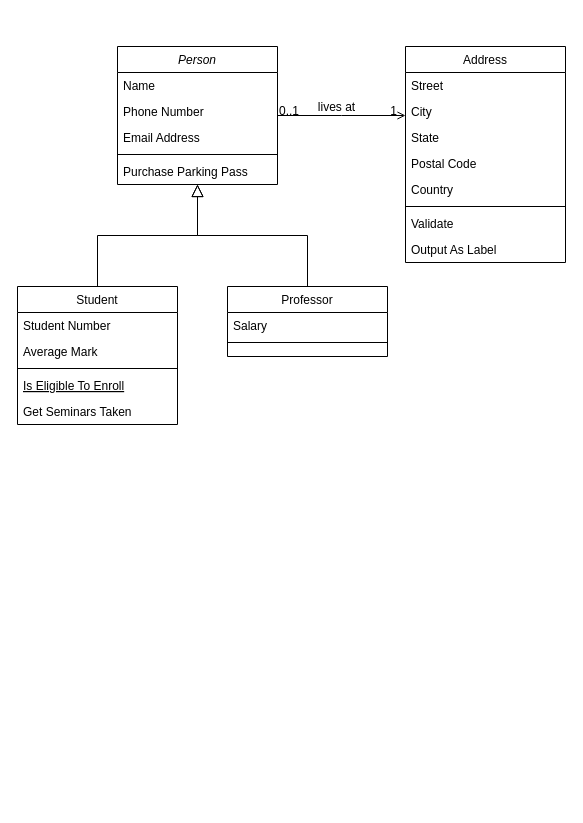
The draw.io diagram Class-Diagram-PerpusDigital.drawio in Wijdannn/Tefa, before the edit. Source tidied: cells renumbered, new cells numbered last; positions are measured from the earlier drawing's top-left corner, leaving out a move shared by most shapes. Both pictures are drawn from the tidied source at 100%, with x=0, y=0 at pixel (17, 46).
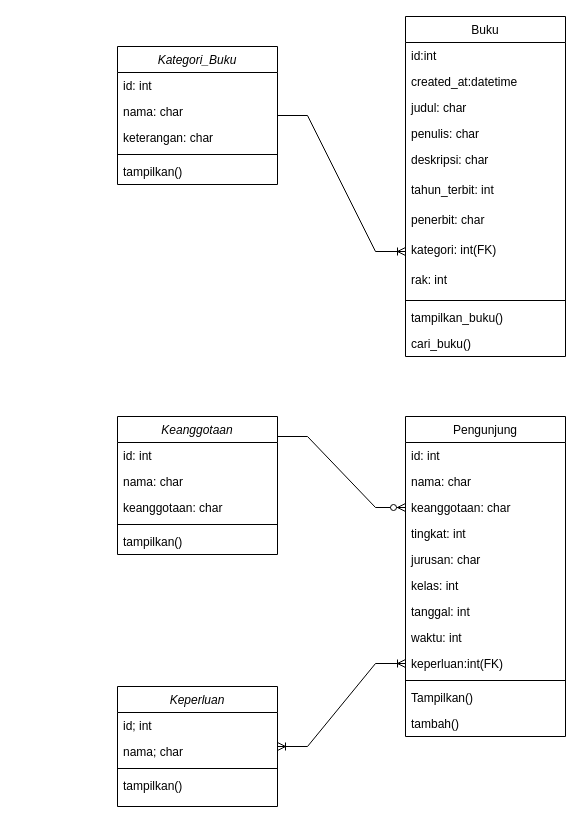
The same diagram, later.

Diff of the diagram source:
```diff
@@
-    <mxCell id="2" value="Person" style="swimlane;fontStyle=2;align=center;verticalAlign=top;horizontal=1;startSize=26;rounded=0;shadow=0;strokeWidth=1;" parent="1" vertex="1">
+    <mxCell id="2" value="Kategori_Buku" style="swimlane;fontStyle=2;align=center;verticalAlign=top;horizontal=1;startSize=26;rounded=0;shadow=0;strokeWidth=1;" parent="1" vertex="1">
       <mxGeometry x="100" width="160" height="138" as="geometry" />
     </mxCell>
-    <mxCell id="3" value="Name" style="text;align=left;verticalAlign=top;spacingLeft=4;spacingRight=4;overflow=hidden;" parent="2" vertex="1">
+    <mxCell id="3" value="id: int" style="text;align=left;verticalAlign=top;spacingLeft=4;spacingRight=4;overflow=hidden;" parent="2" vertex="1">
       <mxGeometry y="26" width="160" height="26" as="geometry" />
     </mxCell>
-    <mxCell id="4" value="Phone Number" style="text;align=left;verticalAlign=top;spacingLeft=4;spacingRight=4;overflow=hidden;rounded=0;shadow=0;html=0;" parent="2" vertex="1">
+    <mxCell id="4" value="nama: char" style="text;align=left;verticalAlign=top;spacingLeft=4;spacingRight=4;overflow=hidden;rounded=0;shadow=0;html=0;" parent="2" vertex="1">
       <mxGeometry y="52" width="160" height="26" as="geometry" />
     </mxCell>
-    <mxCell id="5" value="Email Address" style="text;align=left;verticalAlign=top;spacingLeft=4;spacingRight=4;overflow=hidden;rounded=0;shadow=0;html=0;" parent="2" vertex="1">
+    <mxCell id="5" value="keterangan: char" style="text;align=left;verticalAlign=top;spacingLeft=4;spacingRight=4;overflow=hidden;rounded=0;shadow=0;html=0;" parent="2" vertex="1">
       <mxGeometry y="78" width="160" height="26" as="geometry" />
     </mxCell>
@@
-    <mxCell id="7" value="Purchase Parking Pass" style="text;align=left;verticalAlign=top;spacingLeft=4;spacingRight=4;overflow=hidden;" parent="2" vertex="1">
+    <mxCell id="7" value="tampilkan()" style="text;align=left;verticalAlign=top;spacingLeft=4;spacingRight=4;overflow=hidden;" parent="2" vertex="1">
       <mxGeometry y="112" width="160" height="26" as="geometry" />
     </mxCell>
-    <mxCell id="8" value="Student" style="swimlane;fontStyle=0;align=center;verticalAlign=top;horizontal=1;startSize=26;rounded=0;shadow=0;strokeWidth=1;" parent="1" vertex="1">
-      <mxGeometry y="240" width="160" height="138" as="geometry" />
-    </mxCell>
-    <mxCell id="9" value="Student Number" style="text;align=left;verticalAlign=top;spacingLeft=4;spacingRight=4;overflow=hidden;" parent="8" vertex="1">
-      <mxGeometry y="26" width="160" height="26" as="geometry" />
-    </mxCell>
-    <mxCell id="10" value="Average Mark" style="text;align=left;verticalAlign=top;spacingLeft=4;spacingRight=4;overflow=hidden;rounded=0;shadow=0;html=0;" parent="8" vertex="1">
-      <mxGeometry y="52" width="160" height="26" as="geometry" />
-    </mxCell>
-    <mxCell id="11" style="line;html=1;strokeWidth=1;align=left;verticalAlign=middle;spacingTop=-1;spacingLeft=3;spacingRight=3;labelPosition=right;" parent="8" vertex="1">
-      <mxGeometry y="78" width="160" height="8" as="geometry" />
-    </mxCell>
-    <mxCell id="12" value="Is Eligible To Enroll" style="text;align=left;verticalAlign=top;spacingLeft=4;spacingRight=4;overflow=hidden;fontStyle=4;" parent="8" vertex="1">
-      <mxGeometry y="86" width="160" height="26" as="geometry" />
-    </mxCell>
-    <mxCell id="13" value="Get Seminars Taken" style="text;align=left;verticalAlign=top;spacingLeft=4;spacingRight=4;overflow=hidden;" parent="8" vertex="1">
-      <mxGeometry y="112" width="160" height="26" as="geometry" />
-    </mxCell>
-    <mxCell id="14" style="endArrow=block;endSize=10;endFill=0;shadow=0;strokeWidth=1;rounded=0;edgeStyle=elbowEdgeStyle;elbow=vertical;" parent="1" edge="1" source="8" target="2">
-      <mxGeometry relative="1" as="geometry" />
-    </mxCell>
-    <mxCell id="15" value="Professor" style="swimlane;fontStyle=0;align=center;verticalAlign=top;horizontal=1;startSize=26;rounded=0;shadow=0;strokeWidth=1;" parent="1" vertex="1">
-      <mxGeometry x="210" y="240" width="160" height="70" as="geometry" />
-    </mxCell>
-    <mxCell id="16" value="Salary" style="text;align=left;verticalAlign=top;spacingLeft=4;spacingRight=4;overflow=hidden;" parent="15" vertex="1">
-      <mxGeometry y="26" width="160" height="26" as="geometry" />
-    </mxCell>
-    <mxCell id="17" style="line;html=1;strokeWidth=1;align=left;verticalAlign=middle;spacingTop=-1;spacingLeft=3;spacingRight=3;labelPosition=right;" parent="15" vertex="1">
-      <mxGeometry y="52" width="160" height="8" as="geometry" />
-    </mxCell>
-    <mxCell id="18" style="endArrow=block;endSize=10;endFill=0;shadow=0;strokeWidth=1;rounded=0;edgeStyle=elbowEdgeStyle;elbow=vertical;" parent="1" edge="1" source="15" target="2">
-      <mxGeometry relative="1" as="geometry" />
-    </mxCell>
-    <mxCell id="19" value="Address" style="swimlane;fontStyle=0;align=center;verticalAlign=top;horizontal=1;startSize=26;rounded=0;shadow=0;strokeWidth=1;" parent="1" vertex="1">
-      <mxGeometry x="388" width="160" height="216" as="geometry" />
+    <mxCell id="19" value="Buku" style="swimlane;fontStyle=0;align=center;verticalAlign=top;horizontal=1;startSize=26;rounded=0;shadow=0;strokeWidth=1;" parent="1" vertex="1">
+      <mxGeometry x="388" y="-30" width="160" height="340" as="geometry" />
     </mxCell>
-    <mxCell id="20" value="Street" style="text;align=left;verticalAlign=top;spacingLeft=4;spacingRight=4;overflow=hidden;" parent="19" vertex="1">
+    <mxCell id="20" value="id:int" style="text;align=left;verticalAlign=top;spacingLeft=4;spacingRight=4;overflow=hidden;" parent="19" vertex="1">
       <mxGeometry y="26" width="160" height="26" as="geometry" />
     </mxCell>
-    <mxCell id="21" value="City" style="text;align=left;verticalAlign=top;spacingLeft=4;spacingRight=4;overflow=hidden;rounded=0;shadow=0;html=0;" parent="19" vertex="1">
+    <mxCell id="21" value="created_at:datetime" style="text;align=left;verticalAlign=top;spacingLeft=4;spacingRight=4;overflow=hidden;rounded=0;shadow=0;html=0;" parent="19" vertex="1">
       <mxGeometry y="52" width="160" height="26" as="geometry" />
     </mxCell>
-    <mxCell id="22" value="State" style="text;align=left;verticalAlign=top;spacingLeft=4;spacingRight=4;overflow=hidden;rounded=0;shadow=0;html=0;" parent="19" vertex="1">
+    <mxCell id="22" value="judul: char" style="text;align=left;verticalAlign=top;spacingLeft=4;spacingRight=4;overflow=hidden;rounded=0;shadow=0;html=0;" parent="19" vertex="1">
       <mxGeometry y="78" width="160" height="26" as="geometry" />
     </mxCell>
-    <mxCell id="23" value="Postal Code" style="text;align=left;verticalAlign=top;spacingLeft=4;spacingRight=4;overflow=hidden;rounded=0;shadow=0;html=0;" parent="19" vertex="1">
+    <mxCell id="23" value="penulis: char" style="text;align=left;verticalAlign=top;spacingLeft=4;spacingRight=4;overflow=hidden;rounded=0;shadow=0;html=0;" parent="19" vertex="1">
       <mxGeometry y="104" width="160" height="26" as="geometry" />
     </mxCell>
-    <mxCell id="24" value="Country" style="text;align=left;verticalAlign=top;spacingLeft=4;spacingRight=4;overflow=hidden;rounded=0;shadow=0;html=0;" parent="19" vertex="1">
-      <mxGeometry y="130" width="160" height="26" as="geometry" />
+    <mxCell id="24" value="deskripsi: char" style="text;align=left;verticalAlign=top;spacingLeft=4;spacingRight=4;overflow=hidden;rounded=0;shadow=0;html=0;" parent="19" vertex="1">
+      <mxGeometry y="130" width="160" height="30" as="geometry" />
     </mxCell>
+    <mxCell id="32" value="tahun_terbit: int" style="text;align=left;verticalAlign=top;spacingLeft=4;spacingRight=4;overflow=hidden;rounded=0;shadow=0;html=0;" parent="19" vertex="1">
+      <mxGeometry y="160" width="160" height="30" as="geometry" />
+    </mxCell>
+    <mxCell id="33" value="penerbit: char" style="text;align=left;verticalAlign=top;spacingLeft=4;spacingRight=4;overflow=hidden;rounded=0;shadow=0;html=0;" parent="19" vertex="1">
+      <mxGeometry y="190" width="160" height="30" as="geometry" />
+    </mxCell>
+    <mxCell id="34" value="kategori: int(FK)" style="text;align=left;verticalAlign=top;spacingLeft=4;spacingRight=4;overflow=hidden;points=[[0,0.5],[1,0.5]];portConstraint=eastwest;rounded=0;shadow=0;html=0;" parent="19" vertex="1">
+      <mxGeometry y="220" width="160" height="30" as="geometry" />
+    </mxCell>
+    <mxCell id="35" value="rak: int" style="text;align=left;verticalAlign=top;spacingLeft=4;spacingRight=4;overflow=hidden;rounded=0;shadow=0;html=0;" parent="19" vertex="1">
+      <mxGeometry y="250" width="160" height="30" as="geometry" />
+    </mxCell>
     <mxCell id="25" style="line;html=1;strokeWidth=1;align=left;verticalAlign=middle;spacingTop=-1;spacingLeft=3;spacingRight=3;labelPosition=right;" parent="19" vertex="1">
-      <mxGeometry y="156" width="160" height="8" as="geometry" />
+      <mxGeometry y="280" width="160" height="8" as="geometry" />
     </mxCell>
-    <mxCell id="26" value="Validate" style="text;align=left;verticalAlign=top;spacingLeft=4;spacingRight=4;overflow=hidden;" parent="19" vertex="1">
-      <mxGeometry y="164" width="160" height="26" as="geometry" />
+    <mxCell id="26" value="tampilkan_buku()" style="text;align=left;verticalAlign=top;spacingLeft=4;spacingRight=4;overflow=hidden;" parent="19" vertex="1">
+      <mxGeometry y="288" width="160" height="26" as="geometry" />
     </mxCell>
-    <mxCell id="27" value="Output As Label" style="text;align=left;verticalAlign=top;spacingLeft=4;spacingRight=4;overflow=hidden;" parent="19" vertex="1">
-      <mxGeometry y="190" width="160" height="26" as="geometry" />
+    <mxCell id="27" value="cari_buku()" style="text;align=left;verticalAlign=top;spacingLeft=4;spacingRight=4;overflow=hidden;" parent="19" vertex="1">
+      <mxGeometry y="314" width="160" height="26" as="geometry" />
     </mxCell>
-    <mxCell id="28" style="endArrow=open;shadow=0;strokeWidth=1;rounded=0;endFill=1;edgeStyle=elbowEdgeStyle;elbow=vertical;" parent="1" edge="1" source="2" target="19">
-      <mxGeometry x="0.5" y="41" relative="1" as="geometry">
-        <mxPoint x="-40" y="32" as="offset" />
-      </mxGeometry>
-    </mxCell>
-    <mxCell id="29" value="0..1" style="align=left;verticalAlign=bottom;labelBackgroundColor=none;fontSize=12;" parent="28" vertex="1">
-      <mxGeometry x="-1" relative="1" as="geometry">
-        <mxPoint y="4" as="offset" />
-      </mxGeometry>
-    </mxCell>
-    <mxCell id="30" value="1" style="align=right;verticalAlign=bottom;labelBackgroundColor=none;fontSize=12;" parent="28" vertex="1">
-      <mxGeometry x="1" relative="1" as="geometry">
-        <mxPoint x="-7" y="4" as="offset" />
-      </mxGeometry>
-    </mxCell>
-    <mxCell id="31" value="lives at" style="text;html=1;align=center;verticalAlign=middle;labelBackgroundColor=none;rounded=0;shadow=0;strokeWidth=1;fontSize=12;" parent="28" vertex="1">
-      <mxGeometry x="0.5" y="49" relative="1" as="geometry">
-        <mxPoint x="-38" y="40" as="offset" />
-      </mxGeometry>
-    </mxCell>
+    <mxCell id="36" value="Pengunjung" style="swimlane;fontStyle=0;align=center;verticalAlign=top;horizontal=1;startSize=26;rounded=0;shadow=0;strokeWidth=1;" parent="1" vertex="1">
+      <mxGeometry x="388" y="370" width="160" height="320" as="geometry" />
+    </mxCell>
+    <mxCell id="37" value="id: int" style="text;align=left;verticalAlign=top;spacingLeft=4;spacingRight=4;overflow=hidden;" parent="36" vertex="1">
+      <mxGeometry y="26" width="160" height="26" as="geometry" />
+    </mxCell>
+    <mxCell id="38" value="nama: char" style="text;align=left;verticalAlign=top;spacingLeft=4;spacingRight=4;overflow=hidden;rounded=0;shadow=0;html=0;" parent="36" vertex="1">
+      <mxGeometry y="52" width="160" height="26" as="geometry" />
+    </mxCell>
+    <mxCell id="39" value="keanggotaan: char" style="text;align=left;verticalAlign=top;spacingLeft=4;spacingRight=4;overflow=hidden;points=[[0,0.5],[1,0.5]];portConstraint=eastwest;rounded=0;shadow=0;html=0;" parent="36" vertex="1">
+      <mxGeometry y="78" width="160" height="26" as="geometry" />
+    </mxCell>
+    <mxCell id="40" value="tingkat: int" style="text;align=left;verticalAlign=top;spacingLeft=4;spacingRight=4;overflow=hidden;rounded=0;shadow=0;html=0;" parent="36" vertex="1">
+      <mxGeometry y="104" width="160" height="26" as="geometry" />
+    </mxCell>
+    <mxCell id="41" value="jurusan: char" style="text;align=left;verticalAlign=top;spacingLeft=4;spacingRight=4;overflow=hidden;rounded=0;shadow=0;html=0;" parent="36" vertex="1">
+      <mxGeometry y="130" width="160" height="26" as="geometry" />
+    </mxCell>
+    <mxCell id="42" value="kelas: int" style="text;align=left;verticalAlign=top;spacingLeft=4;spacingRight=4;overflow=hidden;rounded=0;shadow=0;html=0;" parent="36" vertex="1">
+      <mxGeometry y="156" width="160" height="26" as="geometry" />
+    </mxCell>
+    <mxCell id="43" value="tanggal: int" style="text;align=left;verticalAlign=top;spacingLeft=4;spacingRight=4;overflow=hidden;rounded=0;shadow=0;html=0;" parent="36" vertex="1">
+      <mxGeometry y="182" width="160" height="26" as="geometry" />
+    </mxCell>
+    <mxCell id="44" value="waktu: int" style="text;align=left;verticalAlign=top;spacingLeft=4;spacingRight=4;overflow=hidden;rounded=0;shadow=0;html=0;" parent="36" vertex="1">
+      <mxGeometry y="208" width="160" height="26" as="geometry" />
+    </mxCell>
+    <mxCell id="45" value="keperluan:int(FK)" style="text;align=left;verticalAlign=top;spacingLeft=4;spacingRight=4;overflow=hidden;points=[[0,0.5],[1,0.5]];portConstraint=eastwest;rounded=0;shadow=0;html=0;" parent="36" vertex="1">
+      <mxGeometry y="234" width="160" height="26" as="geometry" />
+    </mxCell>
+    <mxCell id="46" style="line;html=1;strokeWidth=1;align=left;verticalAlign=middle;spacingTop=-1;spacingLeft=3;spacingRight=3;labelPosition=right;" parent="36" vertex="1">
+      <mxGeometry y="260" width="160" height="8" as="geometry" />
+    </mxCell>
+    <mxCell id="47" value="Tampilkan()" style="text;align=left;verticalAlign=top;spacingLeft=4;spacingRight=4;overflow=hidden;" parent="36" vertex="1">
+      <mxGeometry y="268" width="160" height="26" as="geometry" />
+    </mxCell>
+    <mxCell id="48" value="tambah()" style="text;align=left;verticalAlign=top;spacingLeft=4;spacingRight=4;overflow=hidden;" parent="36" vertex="1">
+      <mxGeometry y="294" width="160" height="26" as="geometry" />
+    </mxCell>
+    <mxCell id="49" value="Keanggotaan" style="swimlane;fontStyle=2;align=center;verticalAlign=top;horizontal=1;startSize=26;rounded=0;shadow=0;strokeWidth=1;" parent="1" vertex="1">
+      <mxGeometry x="100" y="370" width="160" height="138" as="geometry" />
+    </mxCell>
+    <mxCell id="50" value="id: int" style="text;align=left;verticalAlign=top;spacingLeft=4;spacingRight=4;overflow=hidden;" parent="49" vertex="1">
+      <mxGeometry y="26" width="160" height="26" as="geometry" />
+    </mxCell>
+    <mxCell id="51" value="nama: char" style="text;align=left;verticalAlign=top;spacingLeft=4;spacingRight=4;overflow=hidden;rounded=0;shadow=0;html=0;" parent="49" vertex="1">
+      <mxGeometry y="52" width="160" height="26" as="geometry" />
+    </mxCell>
+    <mxCell id="52" value="keanggotaan: char" style="text;align=left;verticalAlign=top;spacingLeft=4;spacingRight=4;overflow=hidden;rounded=0;shadow=0;html=0;" parent="49" vertex="1">
+      <mxGeometry y="78" width="160" height="26" as="geometry" />
+    </mxCell>
+    <mxCell id="53" style="line;html=1;strokeWidth=1;align=left;verticalAlign=middle;spacingTop=-1;spacingLeft=3;spacingRight=3;labelPosition=right;" parent="49" vertex="1">
+      <mxGeometry y="104" width="160" height="8" as="geometry" />
+    </mxCell>
+    <mxCell id="54" value="tampilkan()" style="text;align=left;verticalAlign=top;spacingLeft=4;spacingRight=4;overflow=hidden;" parent="49" vertex="1">
+      <mxGeometry y="112" width="160" height="26" as="geometry" />
+    </mxCell>
+    <mxCell id="55" value="Keperluan" style="swimlane;fontStyle=2;align=center;verticalAlign=top;horizontal=1;startSize=26;rounded=0;shadow=0;strokeWidth=1;" parent="1" vertex="1">
+      <mxGeometry x="100" y="640" width="160" height="120" as="geometry" />
+    </mxCell>
+    <mxCell id="56" value="id; int" style="text;align=left;verticalAlign=top;spacingLeft=4;spacingRight=4;overflow=hidden;" parent="55" vertex="1">
+      <mxGeometry y="26" width="160" height="26" as="geometry" />
+    </mxCell>
+    <mxCell id="57" value="nama; char" style="text;align=left;verticalAlign=top;spacingLeft=4;spacingRight=4;overflow=hidden;rounded=0;shadow=0;html=0;" parent="55" vertex="1">
+      <mxGeometry y="52" width="160" height="26" as="geometry" />
+    </mxCell>
+    <mxCell id="11" style="line;html=1;strokeWidth=1;align=left;verticalAlign=middle;spacingTop=-1;spacingLeft=3;spacingRight=3;labelPosition=right;" parent="55" vertex="1">
+      <mxGeometry y="78" width="160" height="8" as="geometry" />
+    </mxCell>
+    <mxCell id="58" value="tampilkan()" style="text;align=left;verticalAlign=top;spacingLeft=4;spacingRight=4;overflow=hidden;" parent="55" vertex="1">
+      <mxGeometry y="86" width="160" height="26" as="geometry" />
+    </mxCell>
+    <mxCell id="59" style="edgeStyle=entityRelationEdgeStyle;fontSize=12;html=1;endArrow=ERoneToMany;rounded=0;entryX=0;entryY=0.5;entryDx=0;entryDy=0;" parent="1" edge="1" source="2" target="34">
+      <mxGeometry relative="1" as="geometry" />
+    </mxCell>
+    <mxCell id="60" style="edgeStyle=entityRelationEdgeStyle;fontSize=12;html=1;endArrow=ERzeroToMany;endFill=1;rounded=0;exitX=1;exitY=0.145;exitDx=0;exitDy=0;exitPerimeter=0;entryX=0;entryY=0.5;entryDx=0;entryDy=0;" parent="1" edge="1" source="49" target="39">
+      <mxGeometry relative="1" as="geometry" />
+    </mxCell>
+    <mxCell id="61" style="edgeStyle=entityRelationEdgeStyle;fontSize=12;html=1;endArrow=ERoneToMany;startArrow=ERoneToMany;rounded=0;" parent="1" edge="1" source="55" target="45">
+      <mxGeometry relative="1" as="geometry" />
+    </mxCell>
```
